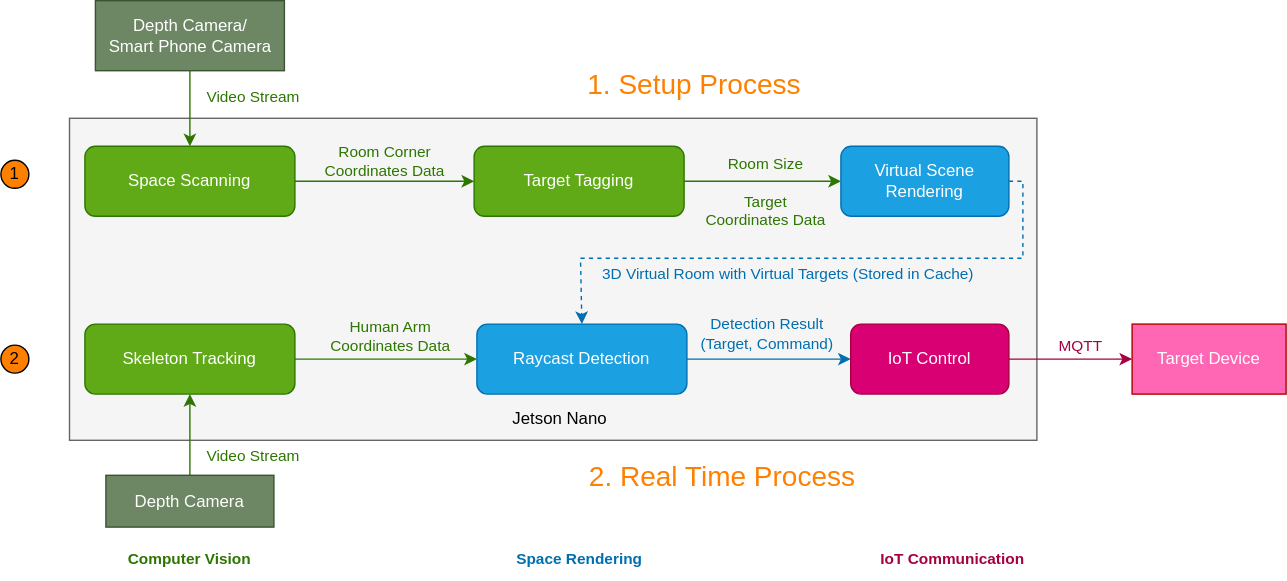
acejarvis/pose keeps this draw.io diagram as doc/flow.drawio.svg. Above is the earlier version. Source tidied: cells renumbered, new cells last; positions are measured from the earlier drawing's top-left corner, leaving out a move shared by most shapes.
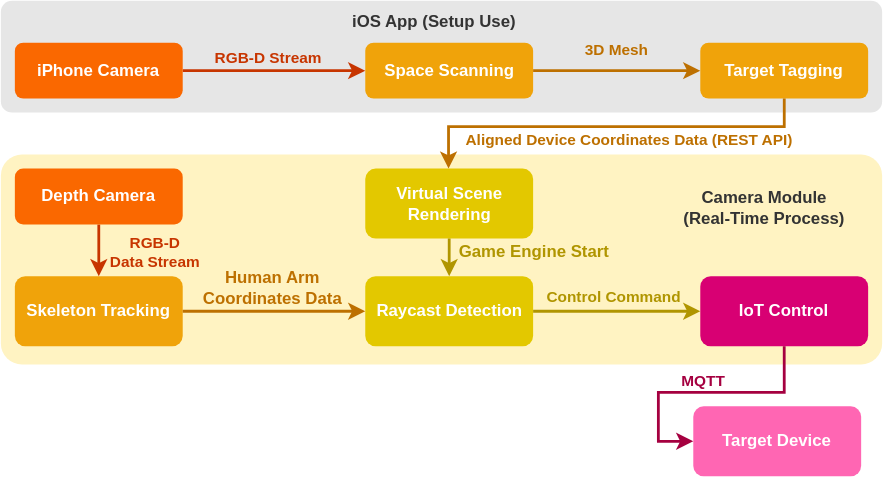
After the commit.

What changed in the source:
```diff
@@ -1,125 +1,106 @@
-<mxGraphModel>
+<mxGraphModel background="#ffffff">
   <root>
     <mxCell id="0" />
     <mxCell id="1" parent="0" />
+    <mxCell id="34" style="rounded=1;whiteSpace=wrap;html=1;fillColor=#E6E6E6;strokeColor=none;fontColor=#333333;sketch=0;arcSize=10;" parent="1" vertex="1">
+      <mxGeometry x="80" y="34" width="630" height="80" as="geometry" />
+    </mxCell>
-    <mxCell id="2" style="rounded=0;whiteSpace=wrap;html=1;fillColor=#f5f5f5;strokeColor=#666666;fontColor=#333333;" parent="1" vertex="1">
-      <mxGeometry x="49" y="84" width="691" height="230" as="geometry" />
+    <mxCell id="2" style="rounded=1;whiteSpace=wrap;html=1;fillColor=#FFF3C2;strokeColor=none;fontColor=#333333;arcSize=10;" parent="1" vertex="1">
+      <mxGeometry x="80" y="144" width="630" height="150" as="geometry" />
     </mxCell>
+    <mxCell id="5" value="&lt;font color=&quot;#ffffff&quot;&gt;Space Scanning&lt;/font&gt;" style="rounded=1;whiteSpace=wrap;html=1;fillColor=#f0a30a;strokeColor=none;fontColor=#000000;fontStyle=1;" parent="1" vertex="1">
+      <mxGeometry x="340.5" y="64" width="120" height="40" as="geometry" />
+    </mxCell>
+    <mxCell id="8" value="Target Tagging" style="rounded=1;whiteSpace=wrap;html=1;fillColor=#f0a30a;strokeColor=none;fontColor=#FFFFFF;fontStyle=1;" parent="1" vertex="1">
+      <mxGeometry x="580" y="64" width="120" height="40" as="geometry" />
+    </mxCell>
-    <mxCell id="3" style="edgeStyle=orthogonalEdgeStyle;rounded=0;jettySize=auto;html=1;exitX=1;exitY=0.5;exitDx=0;exitDy=0;entryX=0;entryY=0.5;entryDx=0;entryDy=0;fillColor=#60a917;strokeColor=#2D7600;" parent="1" edge="1" source="5" target="8">
+    <mxCell id="3" style="edgeStyle=orthogonalEdgeStyle;rounded=0;jettySize=auto;html=1;exitX=1;exitY=0.5;exitDx=0;exitDy=0;entryX=0;entryY=0.5;entryDx=0;entryDy=0;fillColor=#f0a30a;strokeColor=#BD7000;strokeWidth=2;" parent="1" edge="1" source="5" target="8">
       <mxGeometry relative="1" as="geometry" />
     </mxCell>
-    <mxCell id="4" value="Room Corner &lt;br&gt;Coordinates Data&lt;br&gt;" style="edgeLabel;html=1;align=center;verticalAlign=middle;labelBackgroundColor=none;fontColor=#2D7600;" parent="3" vertex="1">
+    <mxCell id="4" value="3D Mesh" style="edgeLabel;html=1;align=center;verticalAlign=middle;labelBackgroundColor=none;fontColor=#BD7000;fontStyle=1;" parent="3" vertex="1">
       <mxGeometry x="-0.22" y="-3" relative="1" as="geometry">
         <mxPoint x="13" y="-18" as="offset" />
       </mxGeometry>
     </mxCell>
-    <mxCell id="5" value="Space Scanning" style="rounded=1;whiteSpace=wrap;html=1;fillColor=#60a917;strokeColor=#2D7600;fontColor=#ffffff;" parent="1" vertex="1">
-      <mxGeometry x="60" y="104" width="150" height="50" as="geometry" />
-    </mxCell>
+    <mxCell id="11" value="Virtual Scene Rendering" style="rounded=1;whiteSpace=wrap;html=1;labelBackgroundColor=none;fillColor=#e3c800;strokeColor=none;fontColor=#FFFFFF;fontStyle=1;" parent="1" vertex="1">
+      <mxGeometry x="340.5" y="154" width="120" height="50" as="geometry" />
+    </mxCell>
-    <mxCell id="6" style="edgeStyle=orthogonalEdgeStyle;rounded=0;jettySize=auto;html=1;entryX=0;entryY=0.5;entryDx=0;entryDy=0;fillColor=#60a917;strokeColor=#2D7600;" parent="1" edge="1" source="8" target="11">
-      <mxGeometry relative="1" as="geometry" />
+    <mxCell id="6" style="edgeStyle=orthogonalEdgeStyle;rounded=0;jettySize=auto;html=1;fillColor=#60a917;strokeColor=#BD7000;entryX=0.5;entryY=0;entryDx=0;entryDy=0;strokeWidth=2;" parent="1" edge="1" source="8" target="11">
+      <mxGeometry relative="1" as="geometry">
+        <Array as="points">
+          <mxPoint x="640" y="124" />
+          <mxPoint x="400" y="124" />
+          <mxPoint x="400" y="154" />
+        </Array>
+      </mxGeometry>
     </mxCell>
-    <mxCell id="7" value="Room Size&lt;br style=&quot;font-size: 6px&quot;&gt;&lt;font style=&quot;font-size: 5px&quot;&gt;&amp;nbsp;&lt;/font&gt;&lt;br&gt;Target &lt;br&gt;Coordinates Data" style="edgeLabel;html=1;align=center;verticalAlign=middle;labelBackgroundColor=none;fontColor=#2D7600;" parent="6" vertex="1">
+    <mxCell id="7" value="Aligned Device Coordinates Data (REST API)" style="edgeLabel;html=1;align=center;verticalAlign=middle;labelBackgroundColor=none;fontColor=#BD7000;fontStyle=1;" parent="6" vertex="1">
       <mxGeometry x="-0.14" y="3" relative="1" as="geometry">
-        <mxPoint x="9" y="10" as="offset" />
+        <mxPoint x="-7" y="7" as="offset" />
       </mxGeometry>
     </mxCell>
-    <mxCell id="8" value="Target Tagging" style="rounded=1;whiteSpace=wrap;html=1;fillColor=#60a917;strokeColor=#2D7600;fontColor=#ffffff;" parent="1" vertex="1">
-      <mxGeometry x="338" y="104" width="150" height="50" as="geometry" />
-    </mxCell>
+    <mxCell id="14" value="Skeleton Tracking" style="rounded=1;whiteSpace=wrap;html=1;fillColor=#f0a30a;strokeColor=none;fontColor=#FFFFFF;fontStyle=1;" parent="1" vertex="1">
+      <mxGeometry x="90" y="231" width="120" height="50" as="geometry" />
+    </mxCell>
-    <mxCell id="9" style="edgeStyle=orthogonalEdgeStyle;jettySize=auto;html=1;entryX=0.5;entryY=0;entryDx=0;entryDy=0;exitX=1;exitY=0.5;exitDx=0;exitDy=0;rounded=0;dashed=1;fillColor=#1ba1e2;strokeColor=#006EAF;" parent="1" edge="1" source="11" target="17">
-      <mxGeometry relative="1" as="geometry">
-        <Array as="points">
-          <mxPoint x="730" y="129" />
-          <mxPoint x="730" y="184" />
-          <mxPoint x="414" y="184" />
-          <mxPoint x="414" y="231" />
-        </Array>
-      </mxGeometry>
+    <mxCell id="9" value="&lt;font&gt;Game Engine Start&lt;/font&gt;" style="edgeStyle=none;labelBackgroundColor=none;fontSize=12;fontColor=#B09500;html=1;fillColor=#e3c800;strokeColor=#B09500;endArrow=classic;endFill=1;entryX=0.5;entryY=0;entryDx=0;entryDy=0;exitX=0.5;exitY=1;exitDx=0;exitDy=0;fontStyle=1;strokeWidth=2;" parent="1" edge="1" source="11" target="17">
+      <mxGeometry x="-0.26" y="60" relative="1" as="geometry" />
     </mxCell>
-    <mxCell id="10" value="3D Virtual Room with Virtual Targets (Stored in Cache)" style="edgeLabel;html=1;align=center;verticalAlign=middle;labelBackgroundColor=none;fontColor=#006EAF;" parent="9" vertex="1">
-      <mxGeometry x="-0.21" y="1" relative="1" as="geometry">
-        <mxPoint x="-66" y="9" as="offset" />
-      </mxGeometry>
-    </mxCell>
-    <mxCell id="11" value="Virtual Scene Rendering" style="rounded=1;whiteSpace=wrap;html=1;labelBackgroundColor=none;fillColor=#1ba1e2;strokeColor=#006EAF;fontColor=#ffffff;" parent="1" vertex="1">
-      <mxGeometry x="600" y="104" width="120" height="50" as="geometry" />
-    </mxCell>
+    <mxCell id="17" value="Raycast Detection" style="rounded=1;whiteSpace=wrap;html=1;fillColor=#e3c800;strokeColor=none;fontColor=#FFFFFF;fontStyle=1;" parent="1" vertex="1">
+      <mxGeometry x="340.5" y="231" width="120" height="50" as="geometry" />
+    </mxCell>
-    <mxCell id="12" style="edgeStyle=orthogonalEdgeStyle;rounded=0;jettySize=auto;html=1;exitX=1;exitY=0.5;exitDx=0;exitDy=0;entryX=0;entryY=0.5;entryDx=0;entryDy=0;fillColor=#60a917;strokeColor=#2D7600;" parent="1" edge="1" source="14" target="17">
+    <mxCell id="12" style="edgeStyle=orthogonalEdgeStyle;rounded=0;jettySize=auto;html=1;exitX=1;exitY=0.5;exitDx=0;exitDy=0;entryX=0;entryY=0.5;entryDx=0;entryDy=0;fillColor=#f0a30a;strokeColor=#BD7000;strokeWidth=2;" parent="1" edge="1" source="14" target="17">
       <mxGeometry relative="1" as="geometry" />
     </mxCell>
-    <mxCell id="13" value="Human Arm &lt;br&gt;Coordinates Data" style="edgeLabel;html=1;align=center;verticalAlign=middle;labelBackgroundColor=none;fontColor=#2D7600;" parent="12" vertex="1">
+    <mxCell id="13" value="&lt;font style=&quot;font-size: 12px&quot;&gt;Human Arm &lt;br&gt;Coordinates Data&lt;/font&gt;" style="edgeLabel;html=1;align=center;verticalAlign=middle;labelBackgroundColor=none;fontColor=#BD7000;fontStyle=1;" parent="12" vertex="1">
       <mxGeometry x="-0.22" y="-3" relative="1" as="geometry">
-        <mxPoint x="17" y="-20" as="offset" />
+        <mxPoint x="13" y="-20" as="offset" />
       </mxGeometry>
     </mxCell>
-    <mxCell id="14" value="Skeleton Tracking" style="rounded=1;whiteSpace=wrap;html=1;fillColor=#60a917;strokeColor=#2D7600;fontColor=#ffffff;" parent="1" vertex="1">
-      <mxGeometry x="60" y="231" width="150" height="50" as="geometry" />
-    </mxCell>
+    <mxCell id="20" value="IoT Control" style="rounded=1;whiteSpace=wrap;html=1;labelBackgroundColor=none;fillColor=#d80073;strokeColor=none;fontColor=#ffffff;fontStyle=1;" parent="1" vertex="1">
+      <mxGeometry x="580" y="231" width="120" height="50" as="geometry" />
+    </mxCell>
-    <mxCell id="15" style="edgeStyle=orthogonalEdgeStyle;rounded=0;jettySize=auto;html=1;entryX=0;entryY=0.5;entryDx=0;entryDy=0;fillColor=#1ba1e2;strokeColor=#006EAF;" parent="1" edge="1" source="17" target="20">
+    <mxCell id="15" style="edgeStyle=orthogonalEdgeStyle;rounded=0;jettySize=auto;html=1;entryX=0;entryY=0.5;entryDx=0;entryDy=0;fillColor=#e3c800;strokeColor=#B09500;strokeWidth=2;fontColor=#B09500;" parent="1" edge="1" source="17" target="20">
       <mxGeometry relative="1" as="geometry" />
     </mxCell>
-    <mxCell id="16" value="Detection Result &lt;br&gt;(Target, Command)" style="edgeLabel;html=1;align=center;verticalAlign=middle;labelBackgroundColor=none;fontColor=#006EAF;" parent="15" vertex="1">
+    <mxCell id="16" value="Control Command" style="edgeLabel;html=1;align=center;verticalAlign=middle;labelBackgroundColor=none;fontColor=#B09500;fontStyle=1;" parent="15" vertex="1">
       <mxGeometry x="-0.16" y="1" relative="1" as="geometry">
-        <mxPoint x="7" y="-18" as="offset" />
+        <mxPoint x="7" y="-9" as="offset" />
       </mxGeometry>
     </mxCell>
-    <mxCell id="17" value="Raycast Detection" style="rounded=1;whiteSpace=wrap;html=1;fillColor=#1ba1e2;strokeColor=#006EAF;fontColor=#ffffff;" parent="1" vertex="1">
-      <mxGeometry x="340" y="231" width="150" height="50" as="geometry" />
-    </mxCell>
-    <mxCell id="18" style="edgeStyle=orthogonalEdgeStyle;rounded=0;jettySize=auto;html=1;exitX=1;exitY=0.5;exitDx=0;exitDy=0;entryX=0;entryY=0.5;entryDx=0;entryDy=0;labelBackgroundColor=none;fillColor=#d80073;strokeColor=#A50040;" parent="1" edge="1" source="20" target="25">
-      <mxGeometry relative="1" as="geometry" />
-    </mxCell>
-    <mxCell id="19" value="MQTT&amp;nbsp;" style="edgeLabel;html=1;align=center;verticalAlign=middle;labelBackgroundColor=none;fontColor=#A50040;" parent="18" vertex="1">
-      <mxGeometry x="-0.28" y="1" relative="1" as="geometry">
-        <mxPoint x="18" y="-9" as="offset" />
-      </mxGeometry>
-    </mxCell>
-    <mxCell id="20" value="IoT Control" style="rounded=1;whiteSpace=wrap;html=1;labelBackgroundColor=none;fillColor=#d80073;strokeColor=#A50040;fontColor=#ffffff;" parent="1" vertex="1">
-      <mxGeometry x="607" y="231" width="113" height="50" as="geometry" />
-    </mxCell>
-    <mxCell id="21" value="Video Stream" style="edgeStyle=orthogonalEdgeStyle;rounded=0;jettySize=auto;html=1;exitX=0.5;exitY=1;exitDx=0;exitDy=0;entryX=0.5;entryY=0;entryDx=0;entryDy=0;fillColor=#60a917;strokeColor=#2D7600;fontColor=#2D7600;" parent="1" edge="1" target="5">
-      <mxGeometry x="-0.2" y="45" relative="1" as="geometry">
-        <mxPoint x="135" y="45" as="sourcePoint" />
-      </mxGeometry>
+    <mxCell id="21" value="RGB-D Stream" style="edgeStyle=orthogonalEdgeStyle;rounded=0;jettySize=auto;html=1;exitX=1;exitY=0.5;exitDx=0;exitDy=0;entryX=0;entryY=0.5;entryDx=0;entryDy=0;fillColor=#fa6800;strokeColor=#C73500;fontColor=#C73500;labelBackgroundColor=none;fontStyle=1;strokeWidth=2;" parent="1" edge="1" source="22" target="5">
+      <mxGeometry x="-0.07" y="9" relative="1" as="geometry" />
     </mxCell>
-    <mxCell id="22" value="Depth Camera/ &lt;br&gt;Smart Phone Camera" style="rounded=0;whiteSpace=wrap;html=1;labelBackgroundColor=none;fillColor=#6d8764;strokeColor=#3A5431;fontColor=#ffffff;" parent="1" vertex="1">
-      <mxGeometry x="67.5" width="135" height="50" as="geometry" />
+    <mxCell id="22" value="iPhone Camera" style="rounded=1;whiteSpace=wrap;html=1;labelBackgroundColor=none;fillColor=#fa6800;strokeColor=none;fontColor=#FFFFFF;fontStyle=1;" parent="1" vertex="1">
+      <mxGeometry x="90" y="64" width="120" height="40" as="geometry" />
     </mxCell>
-    <mxCell id="23" value="Video Stream" style="edgeStyle=orthogonalEdgeStyle;rounded=0;jettySize=auto;html=1;exitX=0.5;exitY=0;exitDx=0;exitDy=0;labelBackgroundColor=none;fillColor=#60a917;strokeColor=#2D7600;fontColor=#2D7600;entryX=0.5;entryY=1;entryDx=0;entryDy=0;" parent="1" edge="1" target="14">
-      <mxGeometry x="-0.48" y="-45" relative="1" as="geometry">
-        <mxPoint x="135" y="340" as="sourcePoint" />
-      </mxGeometry>
+    <mxCell id="23" value="RGB-D &lt;br&gt;Data Stream" style="edgeStyle=orthogonalEdgeStyle;rounded=0;jettySize=auto;html=1;labelBackgroundColor=none;fillColor=#fa6800;strokeColor=#C73500;fontColor=#C73500;entryX=0.5;entryY=0;entryDx=0;entryDy=0;exitX=0.5;exitY=1;exitDx=0;exitDy=0;fontStyle=1;strokeWidth=2;" parent="1" edge="1" source="24" target="14">
+      <mxGeometry x="0.08" y="40" relative="1" as="geometry" />
     </mxCell>
-    <mxCell id="24" value="Depth Camera" style="rounded=0;whiteSpace=wrap;html=1;labelBackgroundColor=none;fillColor=#6d8764;strokeColor=#3A5431;fontColor=#ffffff;" parent="1" vertex="1">
-      <mxGeometry x="75" y="339" width="120" height="37" as="geometry" />
+    <mxCell id="24" value="Depth Camera" style="rounded=1;whiteSpace=wrap;html=1;labelBackgroundColor=none;fillColor=#fa6800;strokeColor=none;fontColor=#FFFFFF;fontStyle=1;" parent="1" vertex="1">
+      <mxGeometry x="90" y="154" width="120" height="40" as="geometry" />
     </mxCell>
-    <mxCell id="25" value="Target Device" style="rounded=0;whiteSpace=wrap;html=1;labelBackgroundColor=none;strokeColor=#B20000;fontColor=#ffffff;fillColor=#FF66B3;" parent="1" vertex="1">
-      <mxGeometry x="808" y="231" width="110" height="50" as="geometry" />
+    <mxCell id="25" value="Target Device" style="rounded=1;whiteSpace=wrap;html=1;labelBackgroundColor=none;strokeColor=none;fontColor=#ffffff;fillColor=#FF66B3;fontStyle=1;" parent="1" vertex="1">
+      <mxGeometry x="575" y="324" width="120" height="50" as="geometry" />
     </mxCell>
-    <mxCell id="26" value="&lt;span style=&quot;font-weight: normal&quot;&gt;1. Setup Process&lt;/span&gt;" style="text;html=1;align=center;verticalAlign=middle;fontSize=20;fontStyle=1;fontColor=#FF8000;" parent="1" vertex="1">
-      <mxGeometry x="410" y="44" width="170" height="30" as="geometry" />
-    </mxCell>
-    <mxCell id="27" value="&lt;span style=&quot;font-weight: normal&quot;&gt;2. Real Time Process&lt;/span&gt;" style="text;html=1;align=center;verticalAlign=middle;strokeColor=none;fillColor=none;fontSize=20;fontStyle=1;fontColor=#FF8000;" parent="1" vertex="1">
-      <mxGeometry x="410" y="324" width="210" height="30" as="geometry" />
-    </mxCell>
-    <mxCell id="28" value="&lt;font&gt;&lt;b&gt;Computer Vision&lt;/b&gt;&lt;/font&gt;" style="text;html=1;align=center;verticalAlign=middle;whiteSpace=wrap;rounded=0;labelBackgroundColor=none;fontSize=11;fontColor=#2D7600;" parent="1" vertex="1">
-      <mxGeometry x="75" y="384" width="120" height="30" as="geometry" />
-    </mxCell>
-    <mxCell id="29" value="&lt;b&gt;&lt;font&gt;Space Rendering&lt;/font&gt;&lt;/b&gt;" style="text;html=1;strokeColor=none;fillColor=none;align=center;verticalAlign=middle;whiteSpace=wrap;rounded=0;labelBackgroundColor=none;fontSize=11;fontColor=#006EAF;" parent="1" vertex="1">
-      <mxGeometry x="365.5" y="384" width="95" height="30" as="geometry" />
-    </mxCell>
-    <mxCell id="30" value="&lt;b&gt;IoT Communication&lt;/b&gt;" style="text;html=1;strokeColor=none;fillColor=none;align=center;verticalAlign=middle;whiteSpace=wrap;rounded=0;labelBackgroundColor=none;fontSize=11;fontColor=#A50040;" parent="1" vertex="1">
-      <mxGeometry x="620" y="384" width="120" height="30" as="geometry" />
-    </mxCell>
-    <mxCell id="31" value="1" style="ellipse;whiteSpace=wrap;html=1;fillColor=#FF8000;" parent="1" vertex="1">
-      <mxGeometry y="114" width="20" height="20" as="geometry" />
-    </mxCell>
-    <mxCell id="32" value="2" style="ellipse;whiteSpace=wrap;html=1;fillColor=#FF8000;" parent="1" vertex="1">
-      <mxGeometry y="246" width="20" height="20" as="geometry" />
-    </mxCell>
+    <mxCell id="18" style="edgeStyle=orthogonalEdgeStyle;rounded=0;jettySize=auto;html=1;exitX=0.5;exitY=1;exitDx=0;exitDy=0;entryX=0;entryY=0.5;entryDx=0;entryDy=0;labelBackgroundColor=none;fillColor=#d80073;strokeColor=#A50040;strokeWidth=2;" parent="1" edge="1" source="20" target="25">
+      <mxGeometry relative="1" as="geometry">
+        <Array as="points">
+          <mxPoint x="640" y="314" />
+          <mxPoint x="550" y="314" />
+          <mxPoint x="550" y="349" />
+        </Array>
+      </mxGeometry>
+    </mxCell>
+    <mxCell id="19" value="MQTT&amp;nbsp;" style="edgeLabel;html=1;align=center;verticalAlign=middle;labelBackgroundColor=none;fontColor=#A50040;fontStyle=1;" parent="18" vertex="1">
+      <mxGeometry x="-0.28" y="1" relative="1" as="geometry">
+        <mxPoint x="-26" y="-9" as="offset" />
+      </mxGeometry>
+    </mxCell>
-    <mxCell id="33" value="Jetson Nano" style="text;html=1;strokeColor=none;fillColor=none;align=center;verticalAlign=middle;whiteSpace=wrap;rounded=0;" parent="1" vertex="1">
-      <mxGeometry x="357" y="284" width="85" height="30" as="geometry" />
+    <mxCell id="33" value="&lt;font color=&quot;#333333&quot;&gt;Camera Module&lt;br&gt;(Real-Time Process)&lt;br&gt;&lt;/font&gt;" style="text;html=1;strokeColor=none;fillColor=none;align=center;verticalAlign=middle;whiteSpace=wrap;rounded=0;fontStyle=1;" parent="1" vertex="1">
+      <mxGeometry x="550" y="159" width="152" height="45" as="geometry" />
     </mxCell>
+    <mxCell id="35" value="&lt;font color=&quot;#333333&quot;&gt;iOS App (Setup Use)&lt;/font&gt;" style="text;html=1;strokeColor=none;fillColor=none;align=center;verticalAlign=middle;whiteSpace=wrap;rounded=0;fontStyle=1;" parent="1" vertex="1">
+      <mxGeometry x="314" y="34" width="152" height="30" as="geometry" />
+    </mxCell>
   </root>
 </mxGraphModel>
```
